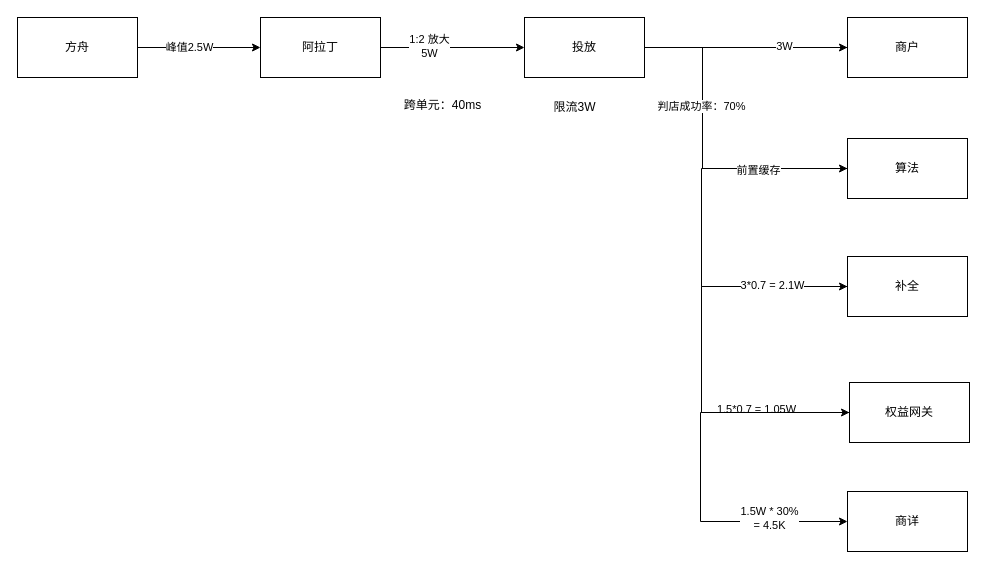
This is page "第 2 页" (2 of 4) of study.drawio from xzl1428288773/xiaoshuai, a draw.io file, before an edit. Source tidied: cells renumbered, new cells numbered last; positions are measured from the earlier drawing's top-left corner, leaving out a move shared by most shapes. Both pictures are drawn from the tidied source at 100%, with x=0, y=0 at pixel (17, 17).
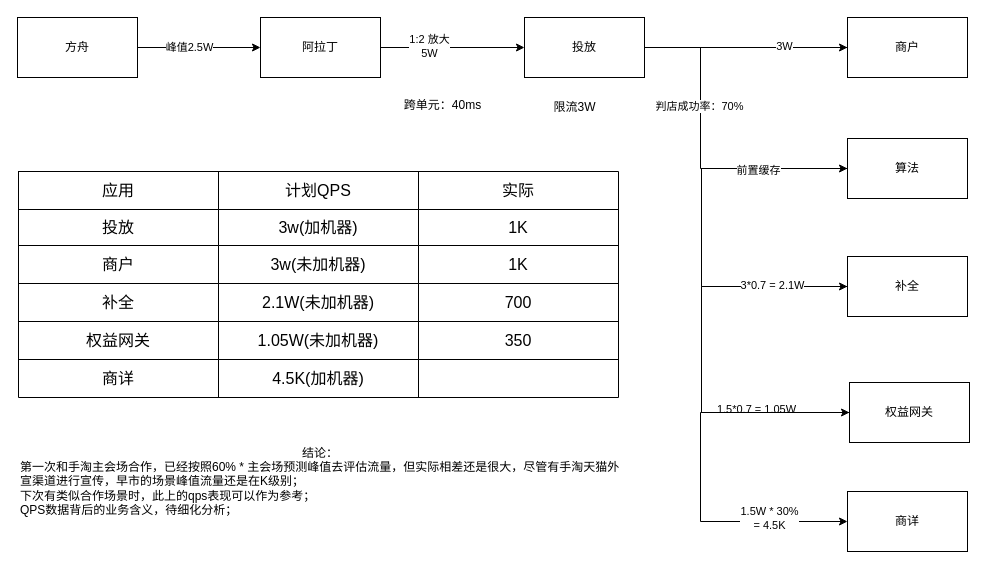
Above is the later version.

Unchanged cells that the change refers to:
```xml
<mxCell id="13" value="商户" style="rounded=0;whiteSpace=wrap;html=1;" parent="1" vertex="1">
  <mxGeometry x="830" width="120" height="60" as="geometry" />
</mxCell>
<mxCell id="16" value="算法" style="rounded=0;whiteSpace=wrap;html=1;" parent="1" vertex="1">
  <mxGeometry x="830" y="121" width="120" height="60" as="geometry" />
</mxCell>
```

The edit, as a diff of the source:
```diff
@@
     <mxCell id="10" style="edgeStyle=orthogonalEdgeStyle;rounded=0;jettySize=auto;html=1;entryX=0;entryY=0.5;entryDx=0;entryDy=0;" parent="1" edge="1" source="13" target="16">
       <mxGeometry relative="1" as="geometry">
         <Array as="points">
-          <mxPoint x="685" y="30" />
-          <mxPoint x="685" y="151" />
+          <mxPoint x="683" y="30" />
+          <mxPoint x="683" y="151" />
         </Array>
       </mxGeometry>
     </mxCell>
@@
+    <mxCell id="27" style="shape=table;startSize=0;childLayout=tableLayout;fontSize=16;" parent="1" vertex="1">
+      <mxGeometry x="1" y="154" width="600" height="226" as="geometry" />
+    </mxCell>
+    <mxCell id="28" style="shape=tableRow;horizontal=0;startSize=0;swimlaneHead=0;swimlaneBody=0;strokeColor=inherit;top=0;left=0;bottom=0;right=0;fillColor=none;fontSize=16;" parent="27" vertex="1">
+      <mxGeometry width="600" height="38" as="geometry" />
+    </mxCell>
+    <mxCell id="29" value="应用" style="shape=partialRectangle;html=1;whiteSpace=wrap;strokeColor=inherit;overflow=hidden;fillColor=none;top=0;left=0;bottom=0;right=0;fontSize=16;" parent="28" vertex="1">
+      <mxGeometry width="200" height="38" as="geometry" />
+    </mxCell>
+    <mxCell id="30" value="计划QPS" style="shape=partialRectangle;html=1;whiteSpace=wrap;strokeColor=inherit;overflow=hidden;fillColor=none;top=0;left=0;bottom=0;right=0;fontSize=16;" parent="28" vertex="1">
+      <mxGeometry x="200" width="200" height="38" as="geometry" />
+    </mxCell>
+    <mxCell id="31" value="实际" style="shape=partialRectangle;html=1;whiteSpace=wrap;strokeColor=inherit;overflow=hidden;fillColor=none;top=0;left=0;bottom=0;right=0;fontSize=16;" parent="28" vertex="1">
+      <mxGeometry x="400" width="200" height="38" as="geometry" />
+    </mxCell>
+    <mxCell id="32" style="shape=tableRow;horizontal=0;startSize=0;swimlaneHead=0;swimlaneBody=0;strokeColor=inherit;top=0;left=0;bottom=0;right=0;fillColor=none;fontSize=16;" parent="27" vertex="1">
+      <mxGeometry y="38" width="600" height="36" as="geometry" />
+    </mxCell>
+    <mxCell id="33" value="投放" style="shape=partialRectangle;html=1;whiteSpace=wrap;strokeColor=inherit;overflow=hidden;fillColor=none;top=0;left=0;bottom=0;right=0;fontSize=16;" parent="32" vertex="1">
+      <mxGeometry width="200" height="36" as="geometry" />
+    </mxCell>
+    <mxCell id="34" value="3w(加机器)" style="shape=partialRectangle;html=1;whiteSpace=wrap;strokeColor=inherit;overflow=hidden;fillColor=none;top=0;left=0;bottom=0;right=0;fontSize=16;" parent="32" vertex="1">
+      <mxGeometry x="200" width="200" height="36" as="geometry" />
+    </mxCell>
+    <mxCell id="35" value="1K" style="shape=partialRectangle;html=1;whiteSpace=wrap;strokeColor=inherit;overflow=hidden;fillColor=none;top=0;left=0;bottom=0;right=0;fontSize=16;" parent="32" vertex="1">
+      <mxGeometry x="400" width="200" height="36" as="geometry" />
+    </mxCell>
+    <mxCell id="36" style="shape=tableRow;horizontal=0;startSize=0;swimlaneHead=0;swimlaneBody=0;strokeColor=inherit;top=0;left=0;bottom=0;right=0;fillColor=none;fontSize=16;" parent="27" vertex="1">
+      <mxGeometry y="74" width="600" height="38" as="geometry" />
+    </mxCell>
+    <mxCell id="37" value="商户" style="shape=partialRectangle;html=1;whiteSpace=wrap;strokeColor=inherit;overflow=hidden;fillColor=none;top=0;left=0;bottom=0;right=0;fontSize=16;" parent="36" vertex="1">
+      <mxGeometry width="200" height="38" as="geometry" />
+    </mxCell>
+    <mxCell id="38" value="3w(未加机器)" style="shape=partialRectangle;html=1;whiteSpace=wrap;strokeColor=inherit;overflow=hidden;fillColor=none;top=0;left=0;bottom=0;right=0;fontSize=16;" parent="36" vertex="1">
+      <mxGeometry x="200" width="200" height="38" as="geometry" />
+    </mxCell>
+    <mxCell id="39" value="1K" style="shape=partialRectangle;html=1;whiteSpace=wrap;strokeColor=inherit;overflow=hidden;fillColor=none;top=0;left=0;bottom=0;right=0;fontSize=16;" parent="36" vertex="1">
+      <mxGeometry x="400" width="200" height="38" as="geometry" />
+    </mxCell>
+    <mxCell id="40" style="shape=tableRow;horizontal=0;startSize=0;swimlaneHead=0;swimlaneBody=0;strokeColor=inherit;top=0;left=0;bottom=0;right=0;fillColor=none;fontSize=16;" parent="27" vertex="1">
+      <mxGeometry y="112" width="600" height="38" as="geometry" />
+    </mxCell>
+    <mxCell id="41" value="补全" style="shape=partialRectangle;html=1;whiteSpace=wrap;strokeColor=inherit;overflow=hidden;fillColor=none;top=0;left=0;bottom=0;right=0;fontSize=16;" parent="40" vertex="1">
+      <mxGeometry width="200" height="38" as="geometry" />
+    </mxCell>
+    <mxCell id="42" value="2.1W(未加机器)" style="shape=partialRectangle;html=1;whiteSpace=wrap;strokeColor=inherit;overflow=hidden;fillColor=none;top=0;left=0;bottom=0;right=0;fontSize=16;" parent="40" vertex="1">
+      <mxGeometry x="200" width="200" height="38" as="geometry" />
+    </mxCell>
+    <mxCell id="43" value="700" style="shape=partialRectangle;html=1;whiteSpace=wrap;strokeColor=inherit;overflow=hidden;fillColor=none;top=0;left=0;bottom=0;right=0;fontSize=16;" parent="40" vertex="1">
+      <mxGeometry x="400" width="200" height="38" as="geometry" />
+    </mxCell>
+    <mxCell id="44" style="shape=tableRow;horizontal=0;startSize=0;swimlaneHead=0;swimlaneBody=0;strokeColor=inherit;top=0;left=0;bottom=0;right=0;fillColor=none;fontSize=16;" parent="27" vertex="1">
+      <mxGeometry y="150" width="600" height="38" as="geometry" />
+    </mxCell>
+    <mxCell id="45" value="权益网关" style="shape=partialRectangle;html=1;whiteSpace=wrap;strokeColor=inherit;overflow=hidden;fillColor=none;top=0;left=0;bottom=0;right=0;fontSize=16;" parent="44" vertex="1">
+      <mxGeometry width="200" height="38" as="geometry" />
+    </mxCell>
+    <mxCell id="46" value="1.05W(未加机器)" style="shape=partialRectangle;html=1;whiteSpace=wrap;strokeColor=inherit;overflow=hidden;fillColor=none;top=0;left=0;bottom=0;right=0;fontSize=16;" parent="44" vertex="1">
+      <mxGeometry x="200" width="200" height="38" as="geometry" />
+    </mxCell>
+    <mxCell id="47" value="350" style="shape=partialRectangle;html=1;whiteSpace=wrap;strokeColor=inherit;overflow=hidden;fillColor=none;top=0;left=0;bottom=0;right=0;fontSize=16;" parent="44" vertex="1">
+      <mxGeometry x="400" width="200" height="38" as="geometry" />
+    </mxCell>
+    <mxCell id="48" style="shape=tableRow;horizontal=0;startSize=0;swimlaneHead=0;swimlaneBody=0;strokeColor=inherit;top=0;left=0;bottom=0;right=0;fillColor=none;fontSize=16;" parent="27" vertex="1">
+      <mxGeometry y="188" width="600" height="38" as="geometry" />
+    </mxCell>
+    <mxCell id="49" value="商详" style="shape=partialRectangle;html=1;whiteSpace=wrap;strokeColor=inherit;overflow=hidden;fillColor=none;top=0;left=0;bottom=0;right=0;fontSize=16;" parent="48" vertex="1">
+      <mxGeometry width="200" height="38" as="geometry" />
+    </mxCell>
+    <mxCell id="50" value="4.5K(加机器)" style="shape=partialRectangle;html=1;whiteSpace=wrap;strokeColor=inherit;overflow=hidden;fillColor=none;top=0;left=0;bottom=0;right=0;fontSize=16;" parent="48" vertex="1">
+      <mxGeometry x="200" width="200" height="38" as="geometry" />
+    </mxCell>
+    <mxCell id="51" style="shape=partialRectangle;html=1;whiteSpace=wrap;strokeColor=inherit;overflow=hidden;fillColor=none;top=0;left=0;bottom=0;right=0;fontSize=16;" parent="48" vertex="1">
+      <mxGeometry x="400" width="200" height="38" as="geometry" />
+    </mxCell>
+    <mxCell id="52" value="结论：&lt;br&gt;&lt;div style=&quot;text-align: left;&quot;&gt;&lt;span style=&quot;background-color: initial;&quot;&gt;第一次和手淘主会场合作，已经按照60% * 主会场预测峰值去评估流量，但实际相差还是很大，尽管有手淘天猫外宣渠道进行宣传，早市的场景峰值流量还是在K级别；&lt;/span&gt;&lt;/div&gt;&lt;div style=&quot;text-align: left;&quot;&gt;&lt;span style=&quot;background-color: initial;&quot;&gt;下次有类似合作场景时，此上的qps表现可以作为参考；&lt;/span&gt;&lt;/div&gt;&lt;div style=&quot;text-align: left;&quot;&gt;&lt;span style=&quot;background-color: initial;&quot;&gt;QPS数据背后的业务含义，待细化分析；&lt;/span&gt;&lt;/div&gt;" style="text;html=1;strokeColor=none;fillColor=none;align=center;verticalAlign=middle;whiteSpace=wrap;rounded=0;" parent="1" vertex="1">
+      <mxGeometry x="2" y="423" width="602" height="81" as="geometry" />
+    </mxCell>
```
